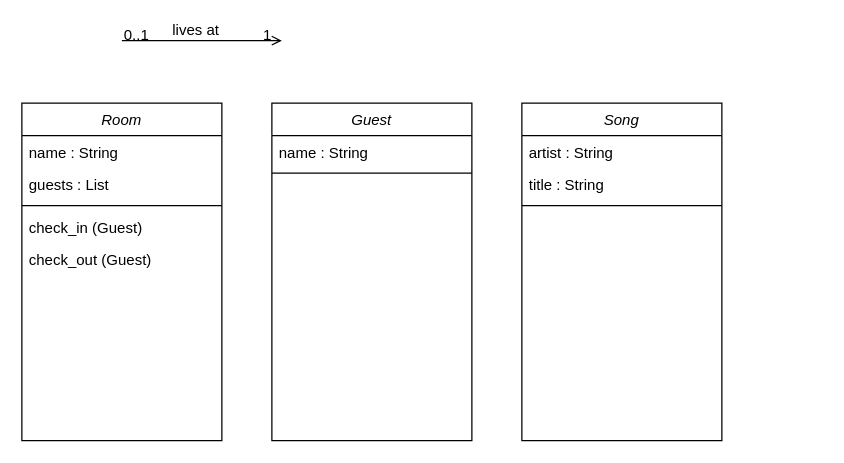
The draw.io diagram ClassDiagram.drawio in Michalju/week2_day5_homework, before the edit. Source tidied: cells renumbered, new cells numbered last; positions are measured from the earlier drawing's top-left corner, leaving out a move shared by most shapes. Both pictures are drawn from the tidied source at 125%, with x=0, y=0 at pixel (21, 40).
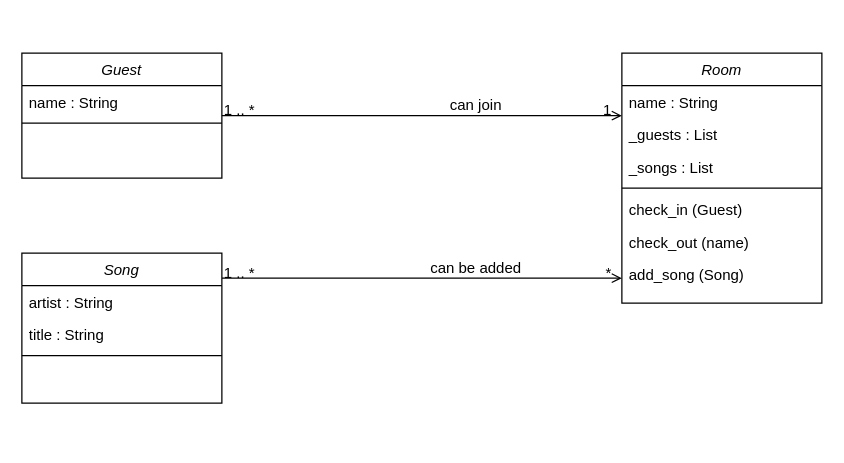
The same diagram, later.

Commit message (it also covers changes not shown here):
added method add_song to class Room

The edit, as a diff of the source:
```diff
@@
-    <mxCell id="2" value="Room" style="swimlane;fontStyle=2;align=center;verticalAlign=top;horizontal=1;startSize=26;rounded=0;shadow=0;strokeWidth=1;" parent="1" vertex="1">
-      <mxGeometry y="50" width="160" height="270" as="geometry" />
-    </mxCell>
-    <mxCell id="3" value="name : String" style="text;align=left;verticalAlign=top;spacingLeft=4;spacingRight=4;overflow=hidden;" parent="2" vertex="1">
-      <mxGeometry y="26" width="160" height="26" as="geometry" />
-    </mxCell>
-    <mxCell id="4" value="guests : List" style="text;align=left;verticalAlign=top;spacingLeft=4;spacingRight=4;overflow=hidden;" parent="2" vertex="1">
-      <mxGeometry y="52" width="160" height="26" as="geometry" />
-    </mxCell>
-    <mxCell id="5" style="line;html=1;strokeWidth=1;align=left;verticalAlign=middle;spacingTop=-1;spacingLeft=3;spacingRight=3;labelPosition=right;" parent="2" vertex="1">
-      <mxGeometry y="78" width="160" height="8" as="geometry" />
-    </mxCell>
-    <mxCell id="6" value="check_in (Guest)" style="text;align=left;verticalAlign=top;spacingLeft=4;spacingRight=4;overflow=hidden;" parent="2" vertex="1">
-      <mxGeometry y="86" width="160" height="26" as="geometry" />
-    </mxCell>
-    <mxCell id="7" value="check_out (Guest)" style="text;align=left;verticalAlign=top;spacingLeft=4;spacingRight=4;overflow=hidden;" parent="2" vertex="1">
-      <mxGeometry y="112" width="160" height="26" as="geometry" />
-    </mxCell>
-    <mxCell id="8" style="endArrow=open;shadow=0;strokeWidth=1;rounded=0;endFill=1;edgeStyle=elbowEdgeStyle;elbow=vertical;" parent="1" edge="1">
+    <mxCell id="8" style="endArrow=open;shadow=0;strokeWidth=1;rounded=0;endFill=1;edgeStyle=elbowEdgeStyle;elbow=vertical;" parent="1" edge="1" source="15" target="2">
       <mxGeometry x="0.5" y="41" relative="1" as="geometry">
-        <mxPoint x="80" as="sourcePoint" />
-        <mxPoint x="208" as="targetPoint" />
         <mxPoint x="-40" y="32" as="offset" />
       </mxGeometry>
     </mxCell>
-    <mxCell id="9" value="0..1" style="align=left;verticalAlign=bottom;labelBackgroundColor=none;fontSize=12;" parent="8" vertex="1">
+    <mxCell id="9" value="1 .. *" style="align=left;verticalAlign=bottom;labelBackgroundColor=none;fontSize=12;" parent="8" vertex="1">
       <mxGeometry x="-1" relative="1" as="geometry">
         <mxPoint y="4" as="offset" />
       </mxGeometry>
     </mxCell>
-    <mxCell id="10" value="1" style="align=right;verticalAlign=bottom;labelBackgroundColor=none;fontSize=12;" parent="8" vertex="1">
+    <mxCell id="10" value="*" style="align=right;verticalAlign=bottom;labelBackgroundColor=none;fontSize=12;" parent="8" vertex="1">
       <mxGeometry x="1" relative="1" as="geometry">
         <mxPoint x="-7" y="4" as="offset" />
       </mxGeometry>
     </mxCell>
-    <mxCell id="11" value="lives at" style="text;html=1;align=center;verticalAlign=middle;labelBackgroundColor=none;rounded=0;shadow=0;strokeWidth=1;fontSize=12;" parent="8" vertex="1">
+    <mxCell id="11" value="can be added" style="text;html=1;align=center;verticalAlign=middle;labelBackgroundColor=none;rounded=0;shadow=0;strokeWidth=1;fontSize=12;" parent="8" vertex="1">
       <mxGeometry x="0.5" y="49" relative="1" as="geometry">
         <mxPoint x="-38" y="40" as="offset" />
       </mxGeometry>
     </mxCell>
+    <mxCell id="19" style="endArrow=open;shadow=0;strokeWidth=1;rounded=0;endFill=1;edgeStyle=elbowEdgeStyle;elbow=vertical;" parent="1" edge="1" source="12" target="2">
+      <mxGeometry x="0.5" y="41" relative="1" as="geometry">
+        <mxPoint x="-40" y="32" as="offset" />
+      </mxGeometry>
+    </mxCell>
+    <mxCell id="20" value="1 .. *" style="align=left;verticalAlign=bottom;labelBackgroundColor=none;fontSize=12;" parent="19" vertex="1">
+      <mxGeometry x="-1" relative="1" as="geometry">
+        <mxPoint y="4" as="offset" />
+      </mxGeometry>
+    </mxCell>
+    <mxCell id="21" value="1" style="align=right;verticalAlign=bottom;labelBackgroundColor=none;fontSize=12;" parent="19" vertex="1">
+      <mxGeometry x="1" relative="1" as="geometry">
+        <mxPoint x="-7" y="4" as="offset" />
+      </mxGeometry>
+    </mxCell>
+    <mxCell id="22" value="can join" style="text;html=1;align=center;verticalAlign=middle;labelBackgroundColor=none;rounded=0;shadow=0;strokeWidth=1;fontSize=12;" parent="19" vertex="1">
+      <mxGeometry x="0.5" y="49" relative="1" as="geometry">
+        <mxPoint x="-38" y="40" as="offset" />
+      </mxGeometry>
+    </mxCell>
     <mxCell id="12" value="Guest" style="swimlane;fontStyle=2;align=center;verticalAlign=top;horizontal=1;startSize=26;rounded=0;shadow=0;strokeWidth=1;" parent="1" vertex="1">
-      <mxGeometry x="200" y="50" width="160" height="270" as="geometry" />
+      <mxGeometry y="10" width="160" height="100" as="geometry" />
     </mxCell>
@@
     <mxCell id="15" value="Song" style="swimlane;fontStyle=2;align=center;verticalAlign=top;horizontal=1;startSize=26;rounded=0;shadow=0;strokeWidth=1;" parent="1" vertex="1">
-      <mxGeometry x="400" y="50" width="160" height="270" as="geometry" />
+      <mxGeometry y="170" width="160" height="120" as="geometry" />
     </mxCell>
@@
+    <mxCell id="2" value="Room" style="swimlane;fontStyle=2;align=center;verticalAlign=top;horizontal=1;startSize=26;rounded=0;shadow=0;strokeWidth=1;" parent="1" vertex="1">
+      <mxGeometry x="480" y="10" width="160" height="200" as="geometry" />
+    </mxCell>
+    <mxCell id="3" value="name : String" style="text;align=left;verticalAlign=top;spacingLeft=4;spacingRight=4;overflow=hidden;" parent="2" vertex="1">
+      <mxGeometry y="26" width="160" height="26" as="geometry" />
+    </mxCell>
+    <mxCell id="4" value="_guests : List" style="text;align=left;verticalAlign=top;spacingLeft=4;spacingRight=4;overflow=hidden;" parent="2" vertex="1">
+      <mxGeometry y="52" width="160" height="26" as="geometry" />
+    </mxCell>
+    <mxCell id="23" value="_songs : List" style="text;align=left;verticalAlign=top;spacingLeft=4;spacingRight=4;overflow=hidden;" parent="2" vertex="1">
+      <mxGeometry y="78" width="160" height="26" as="geometry" />
+    </mxCell>
+    <mxCell id="5" style="line;html=1;strokeWidth=1;align=left;verticalAlign=middle;spacingTop=-1;spacingLeft=3;spacingRight=3;labelPosition=right;" parent="2" vertex="1">
+      <mxGeometry y="104" width="160" height="8" as="geometry" />
+    </mxCell>
+    <mxCell id="6" value="check_in (Guest)" style="text;align=left;verticalAlign=top;spacingLeft=4;spacingRight=4;overflow=hidden;" parent="2" vertex="1">
+      <mxGeometry y="112" width="160" height="26" as="geometry" />
+    </mxCell>
+    <mxCell id="7" value="check_out (name)" style="text;align=left;verticalAlign=top;spacingLeft=4;spacingRight=4;overflow=hidden;" parent="2" vertex="1">
+      <mxGeometry y="138" width="160" height="26" as="geometry" />
+    </mxCell>
+    <mxCell id="24" value="add_song (Song)" style="text;align=left;verticalAlign=top;spacingLeft=4;spacingRight=4;overflow=hidden;" parent="2" vertex="1">
+      <mxGeometry y="164" width="160" height="26" as="geometry" />
+    </mxCell>
```
